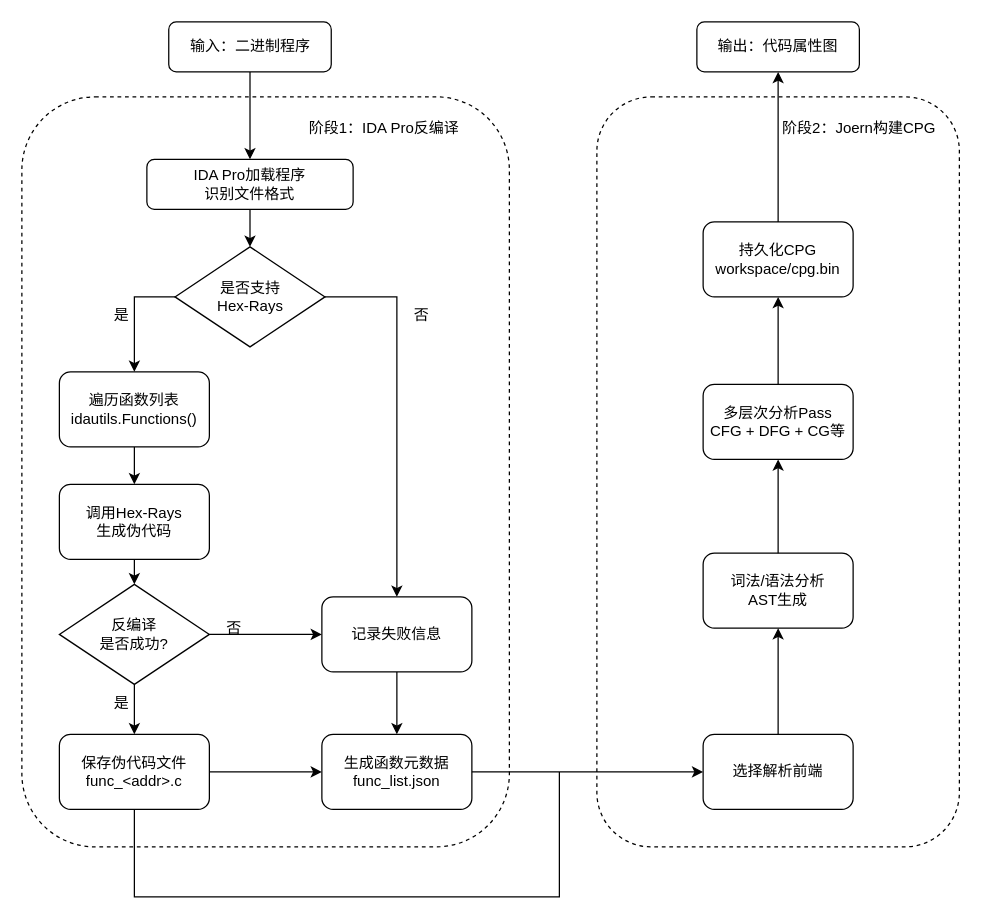
This is MindMap/反编译模块流程图.drawio from hourhl/Draw-io, a draw.io file, before an edit. Source tidied: cells renumbered, new cells numbered last; positions are measured from the earlier drawing's top-left corner, leaving out a move shared by most shapes. Both pictures are drawn from the tidied source at 125%, with x=0, y=0 at pixel (21, 21).
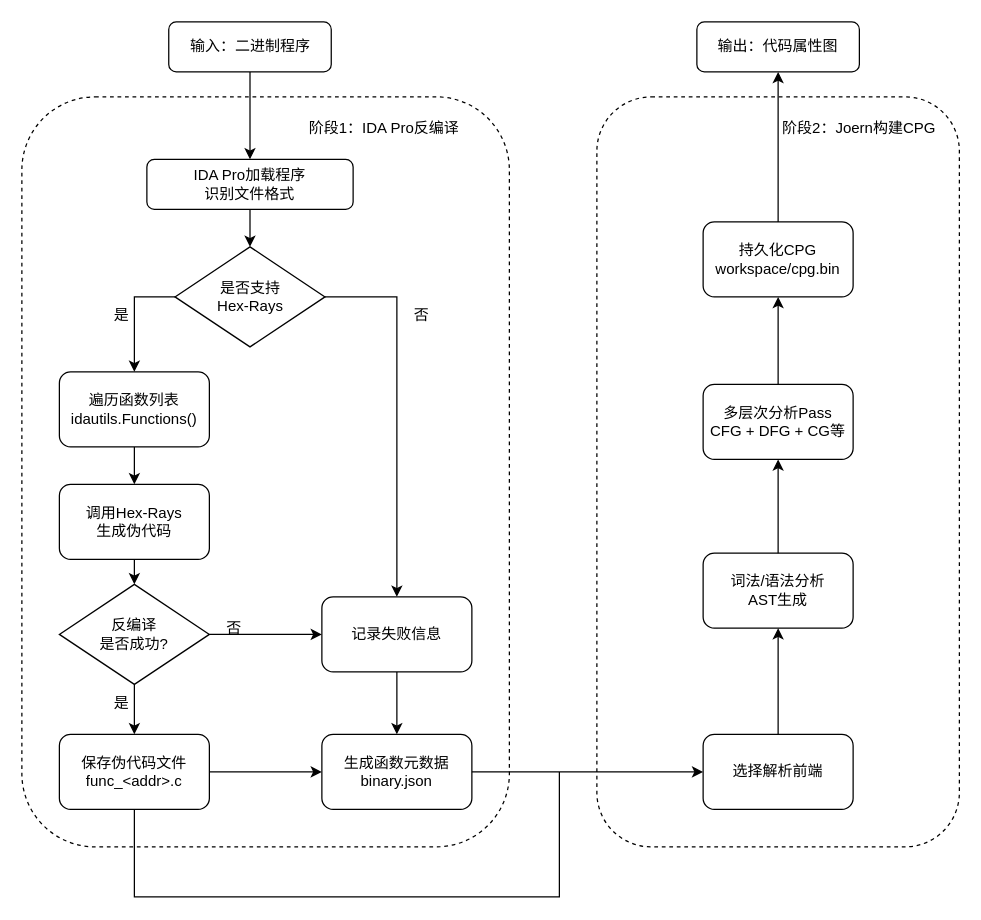
Above is the later version.

Commit message:
更新反编译模块流程图.drawio

Change to the diagram source:
```diff
@@
-    <mxCell id="11" value="生成函数元数据func_list.json" style="rounded=1;whiteSpace=wrap;html=1;" parent="1" vertex="1">
+    <mxCell id="11" value="生成函数元数据&lt;div&gt;binary.json&lt;/div&gt;" style="rounded=1;whiteSpace=wrap;html=1;" parent="1" vertex="1">
       <mxGeometry x="240" y="570" width="120" height="60" as="geometry" />
     </mxCell>
```
